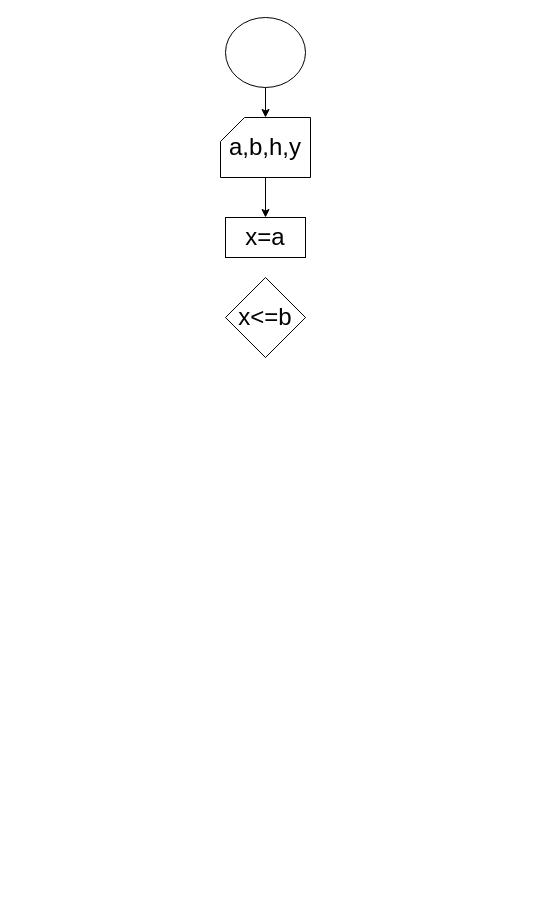
Earlier version of the draw.io diagram Untitled Diagramtyej.drawio (DavoA/Univercity). Source tidied: cells renumbered, new cells numbered last; positions are measured from the earlier drawing's top-left corner, leaving out a move shared by most shapes. Both pictures are drawn from the tidied source at 100%, with x=0, y=0 at pixel (220, 17).
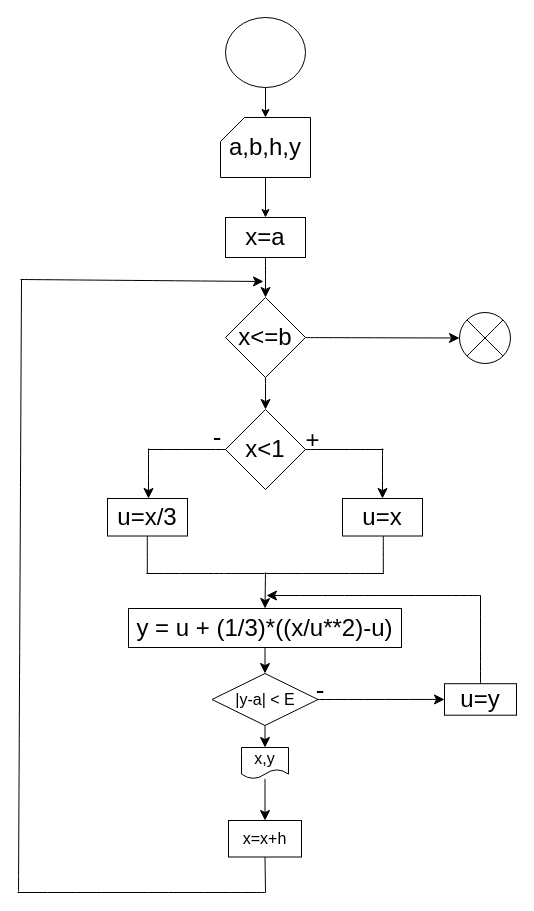
The same diagram, later.

The change refers to these unchanged cells:
```xml
<mxCell id="6" value="&lt;font style=&quot;font-size: 24px;&quot;&gt;x=a&lt;/font&gt;" style="rounded=0;whiteSpace=wrap;html=1;" parent="1" vertex="1">
  <mxGeometry x="5" y="200" width="80" height="40" as="geometry" />
</mxCell>
```

What changed in the source:
```diff
@@
+    <mxCell id="8" style="edgeStyle=none;curved=1;rounded=0;jettySize=auto;html=1;exitX=0.5;exitY=1;exitDx=0;exitDy=0;entryX=0.5;entryY=0;entryDx=0;entryDy=0;fontSize=12;startSize=8;endSize=8;" parent="1" edge="1" source="6" target="7">
+      <mxGeometry relative="1" as="geometry" />
+    </mxCell>
@@
+    <mxCell id="9" style="edgeStyle=none;curved=1;rounded=0;jettySize=auto;html=1;entryX=0.5;entryY=0;entryDx=0;entryDy=0;fontSize=12;startSize=8;endSize=8;" parent="1" edge="1" source="7" target="37">
+      <mxGeometry relative="1" as="geometry" />
+    </mxCell>
+    <mxCell id="10" style="edgeStyle=none;curved=1;rounded=0;jettySize=auto;html=1;entryX=0;entryY=0.5;entryDx=0;entryDy=0;fontSize=12;startSize=8;endSize=8;" parent="1" edge="1" source="7" target="43">
+      <mxGeometry relative="1" as="geometry" />
+    </mxCell>
     <mxCell id="7" value="&lt;font style=&quot;font-size: 24px;&quot;&gt;x&amp;lt;=b&lt;/font&gt;" style="rhombus;whiteSpace=wrap;html=1;" parent="1" vertex="1">
-      <mxGeometry x="5" y="260" width="80" height="80" as="geometry" />
+      <mxGeometry x="5" y="280" width="80" height="80" as="geometry" />
     </mxCell>
+    <mxCell id="11" value="&lt;font style=&quot;font-size: 24px;&quot;&gt;u=x&lt;/font&gt;" style="rounded=0;whiteSpace=wrap;html=1;fontSize=16;" parent="1" vertex="1">
+      <mxGeometry x="122" y="481" width="80" height="37.5" as="geometry" />
+    </mxCell>
+    <mxCell id="12" style="endArrow=none;html=1;rounded=0;fontSize=12;startSize=8;endSize=8;curved=1;exitX=1;exitY=0.5;exitDx=0;exitDy=0;strokeWidth=1;" parent="1" edge="1">
+      <mxGeometry relative="1" as="geometry">
+        <mxPoint x="85" y="432" as="sourcePoint" />
+        <mxPoint x="163" y="432" as="targetPoint" />
+      </mxGeometry>
+    </mxCell>
+    <mxCell id="13" style="endArrow=classic;html=1;rounded=0;fontSize=12;startSize=8;endSize=8;curved=1;entryX=0.5;entryY=0;entryDx=0;entryDy=0;strokeWidth=1;" parent="1" edge="1" target="11">
+      <mxGeometry relative="1" as="geometry">
+        <mxPoint x="162" y="431" as="sourcePoint" />
+      </mxGeometry>
+    </mxCell>
+    <mxCell id="14" value="&lt;font style=&quot;font-size: 24px;&quot;&gt;u=x/3&lt;/font&gt;" style="rounded=0;whiteSpace=wrap;html=1;fontSize=16;" parent="1" vertex="1">
+      <mxGeometry x="-113" y="481" width="80" height="37.5" as="geometry" />
+    </mxCell>
+    <mxCell id="15" style="endArrow=none;html=1;rounded=0;fontSize=12;startSize=8;endSize=8;curved=1;strokeWidth=1;" parent="1" edge="1">
+      <mxGeometry relative="1" as="geometry">
+        <mxPoint x="6" y="432" as="sourcePoint" />
+        <mxPoint x="-72" y="432" as="targetPoint" />
+      </mxGeometry>
+    </mxCell>
+    <mxCell id="16" style="endArrow=classic;html=1;rounded=0;fontSize=12;startSize=8;endSize=8;curved=1;entryX=0.5;entryY=0;entryDx=0;entryDy=0;strokeWidth=1;" parent="1" edge="1">
+      <mxGeometry relative="1" as="geometry">
+        <mxPoint x="-72" y="431" as="sourcePoint" />
+        <mxPoint x="-72" y="481" as="targetPoint" />
+      </mxGeometry>
+    </mxCell>
+    <mxCell id="17" value="&lt;font style=&quot;font-size: 26px;&quot;&gt;-&lt;/font&gt;" style="text;strokeColor=none;fillColor=none;html=1;align=center;verticalAlign=middle;whiteSpace=wrap;rounded=0;fontSize=16;" parent="1" vertex="1">
+      <mxGeometry x="-33" y="405" width="60" height="30" as="geometry" />
+    </mxCell>
+    <mxCell id="18" value="&lt;span style=&quot;font-size: 24px;&quot;&gt;+&lt;/span&gt;" style="text;html=1;align=center;verticalAlign=middle;strokeColor=none;fillColor=none;fontSize=16;" parent="1" vertex="1">
+      <mxGeometry x="79" y="397" width="26" height="52" as="geometry" />
+    </mxCell>
+    <mxCell id="19" style="endArrow=none;html=1;rounded=0;fontSize=12;startSize=8;endSize=8;curved=1;exitX=1;exitY=0.5;exitDx=0;exitDy=0;strokeWidth=1;" parent="1" edge="1">
+      <mxGeometry relative="1" as="geometry">
+        <mxPoint x="85" y="556" as="sourcePoint" />
+        <mxPoint x="163" y="556" as="targetPoint" />
+      </mxGeometry>
+    </mxCell>
+    <mxCell id="20" style="endArrow=none;html=1;rounded=0;fontSize=12;startSize=8;endSize=8;curved=1;strokeWidth=1;" parent="1" edge="1">
+      <mxGeometry relative="1" as="geometry">
+        <mxPoint x="4" y="556" as="sourcePoint" />
+        <mxPoint x="-74" y="556" as="targetPoint" />
+      </mxGeometry>
+    </mxCell>
+    <mxCell id="21" style="endArrow=none;html=1;rounded=0;fontSize=12;startSize=8;endSize=8;curved=1;strokeWidth=1;" parent="1" edge="1">
+      <mxGeometry relative="1" as="geometry">
+        <mxPoint x="-73.2" y="518.5" as="sourcePoint" />
+        <mxPoint x="-73.2" y="556.5" as="targetPoint" />
+      </mxGeometry>
+    </mxCell>
+    <mxCell id="22" style="endArrow=none;html=1;rounded=0;fontSize=12;startSize=8;endSize=8;curved=1;strokeWidth=1;" parent="1" edge="1">
+      <mxGeometry relative="1" as="geometry">
+        <mxPoint x="4" y="556" as="sourcePoint" />
+        <mxPoint x="106" y="556" as="targetPoint" />
+      </mxGeometry>
+    </mxCell>
+    <mxCell id="23" style="endArrow=none;html=1;rounded=0;fontSize=12;startSize=8;endSize=8;curved=1;strokeWidth=1;" parent="1" edge="1">
+      <mxGeometry relative="1" as="geometry">
+        <mxPoint x="162.8" y="518.5" as="sourcePoint" />
+        <mxPoint x="162.8" y="556.5" as="targetPoint" />
+      </mxGeometry>
+    </mxCell>
+    <mxCell id="24" style="endArrow=classic;html=1;rounded=0;fontSize=12;startSize=8;endSize=8;curved=1;strokeWidth=1;entryX=0.5;entryY=0;entryDx=0;entryDy=0;" parent="1" edge="1" target="26">
+      <mxGeometry relative="1" as="geometry">
+        <mxPoint x="45" y="555" as="sourcePoint" />
+      </mxGeometry>
+    </mxCell>
+    <mxCell id="25" style="edgeStyle=none;curved=1;rounded=0;jettySize=auto;html=1;entryX=0.5;entryY=0;entryDx=0;entryDy=0;fontSize=12;startSize=8;endSize=8;" parent="1" edge="1" source="26" target="29">
+      <mxGeometry relative="1" as="geometry" />
+    </mxCell>
+    <mxCell id="26" value="&lt;font style=&quot;font-size: 24px;&quot;&gt;y = u + (1/3)*((x/u**2)-u)&lt;/font&gt;" style="rounded=0;whiteSpace=wrap;html=1;fontSize=16;" parent="1" vertex="1">
+      <mxGeometry x="-92" y="591" width="273" height="39" as="geometry" />
+    </mxCell>
+    <mxCell id="27" style="edgeStyle=none;curved=1;rounded=0;jettySize=auto;html=1;fontSize=12;startSize=8;endSize=8;entryX=0;entryY=0.5;entryDx=0;entryDy=0;" parent="1" edge="1" source="29" target="30">
+      <mxGeometry relative="1" as="geometry" />
+    </mxCell>
+    <mxCell id="28" style="edgeStyle=none;curved=1;rounded=0;jettySize=auto;html=1;entryX=0.5;entryY=0;entryDx=0;entryDy=0;fontSize=12;startSize=8;endSize=8;" parent="1" edge="1" source="29" target="36">
+      <mxGeometry relative="1" as="geometry" />
+    </mxCell>
+    <mxCell id="29" value="|y-a| &amp;lt; E" style="rhombus;whiteSpace=wrap;html=1;fontSize=16;" parent="1" vertex="1">
+      <mxGeometry x="-8.5" y="656" width="106" height="52" as="geometry" />
+    </mxCell>
+    <mxCell id="30" value="&lt;font style=&quot;font-size: 24px;&quot;&gt;u=y&lt;/font&gt;" style="rounded=0;whiteSpace=wrap;html=1;fontSize=16;" parent="1" vertex="1">
+      <mxGeometry x="224" y="666.2" width="72" height="31.5" as="geometry" />
+    </mxCell>
+    <mxCell id="31" style="endArrow=none;html=1;rounded=0;fontSize=12;startSize=8;endSize=8;curved=1;exitX=0.5;exitY=0;exitDx=0;exitDy=0;" parent="1" edge="1" source="30">
+      <mxGeometry relative="1" as="geometry">
+        <mxPoint x="260" y="578" as="targetPoint" />
+      </mxGeometry>
+    </mxCell>
+    <mxCell id="32" style="endArrow=classic;html=1;rounded=0;fontSize=12;startSize=8;endSize=8;curved=1;" parent="1" edge="1">
+      <mxGeometry relative="1" as="geometry">
+        <mxPoint x="260" y="578" as="sourcePoint" />
+        <mxPoint x="46" y="578" as="targetPoint" />
+      </mxGeometry>
+    </mxCell>
+    <mxCell id="33" value="&lt;font style=&quot;font-size: 26px;&quot;&gt;-&lt;/font&gt;" style="text;strokeColor=none;fillColor=none;html=1;align=center;verticalAlign=middle;whiteSpace=wrap;rounded=0;fontSize=16;" parent="1" vertex="1">
+      <mxGeometry x="70" y="658" width="60" height="30" as="geometry" />
+    </mxCell>
+    <mxCell id="34" value="x=x+h" style="rounded=0;whiteSpace=wrap;html=1;fontSize=16;" parent="1" vertex="1">
+      <mxGeometry x="8" y="803" width="73" height="36.5" as="geometry" />
+    </mxCell>
+    <mxCell id="35" style="edgeStyle=none;curved=1;rounded=0;jettySize=auto;html=1;entryX=0.5;entryY=0;entryDx=0;entryDy=0;fontSize=12;startSize=8;endSize=8;" parent="1" edge="1" source="36" target="34">
+      <mxGeometry relative="1" as="geometry" />
+    </mxCell>
+    <mxCell id="36" value="x,y" style="shape=document;whiteSpace=wrap;html=1;boundedLbl=1;fontSize=16;" parent="1" vertex="1">
+      <mxGeometry x="21" y="730" width="47" height="31.3" as="geometry" />
+    </mxCell>
+    <mxCell id="37" value="&lt;font style=&quot;font-size: 24px;&quot;&gt;x&amp;lt;1&lt;/font&gt;" style="rhombus;whiteSpace=wrap;html=1;fontSize=16;" parent="1" vertex="1">
+      <mxGeometry x="5" y="392" width="80" height="80" as="geometry" />
+    </mxCell>
+    <mxCell id="38" style="endArrow=none;html=1;rounded=0;fontSize=12;startSize=8;endSize=8;curved=1;exitX=0.5;exitY=1;exitDx=0;exitDy=0;" parent="1" edge="1" source="34">
+      <mxGeometry relative="1" as="geometry">
+        <mxPoint x="45" y="875" as="targetPoint" />
+      </mxGeometry>
+    </mxCell>
+    <mxCell id="39" style="endArrow=none;html=1;rounded=0;fontSize=12;startSize=8;endSize=8;curved=1;" parent="1" edge="1">
+      <mxGeometry relative="1" as="geometry">
+        <mxPoint x="45" y="875" as="sourcePoint" />
+        <mxPoint x="-203" y="875" as="targetPoint" />
+      </mxGeometry>
+    </mxCell>
+    <mxCell id="40" style="endArrow=none;html=1;rounded=0;fontSize=12;startSize=8;endSize=8;curved=1;" parent="1" edge="1">
+      <mxGeometry relative="1" as="geometry">
+        <mxPoint x="-202" y="874" as="sourcePoint" />
+        <mxPoint x="-199" y="262" as="targetPoint" />
+      </mxGeometry>
+    </mxCell>
+    <mxCell id="41" style="endArrow=classic;html=1;rounded=0;fontSize=12;startSize=8;endSize=8;curved=1;" parent="1" edge="1">
+      <mxGeometry relative="1" as="geometry">
+        <mxPoint x="-200" y="262" as="sourcePoint" />
+        <mxPoint x="43" y="264" as="targetPoint" />
+      </mxGeometry>
+    </mxCell>
+    <mxCell id="42" style="group;" parent="1" vertex="1">
+      <mxGeometry x="239" y="295" width="51" height="51" as="geometry" />
+    </mxCell>
+    <mxCell id="43" style="ellipse;whiteSpace=wrap;html=1;fontSize=16;" parent="42" vertex="1">
+      <mxGeometry width="51" height="51" as="geometry" />
+    </mxCell>
+    <mxCell id="44" style="endArrow=none;html=1;rounded=0;fontSize=12;startSize=8;endSize=8;curved=1;entryX=1;entryY=0;entryDx=0;entryDy=0;exitX=0;exitY=1;exitDx=0;exitDy=0;" parent="42" edge="1" source="43" target="43">
+      <mxGeometry relative="1" as="geometry" />
+    </mxCell>
+    <mxCell id="45" style="endArrow=none;html=1;rounded=0;fontSize=12;startSize=8;endSize=8;curved=1;entryX=0;entryY=0;entryDx=0;entryDy=0;exitX=1;exitY=1;exitDx=0;exitDy=0;" parent="42" edge="1" source="43" target="43">
+      <mxGeometry relative="1" as="geometry" />
+    </mxCell>
```
